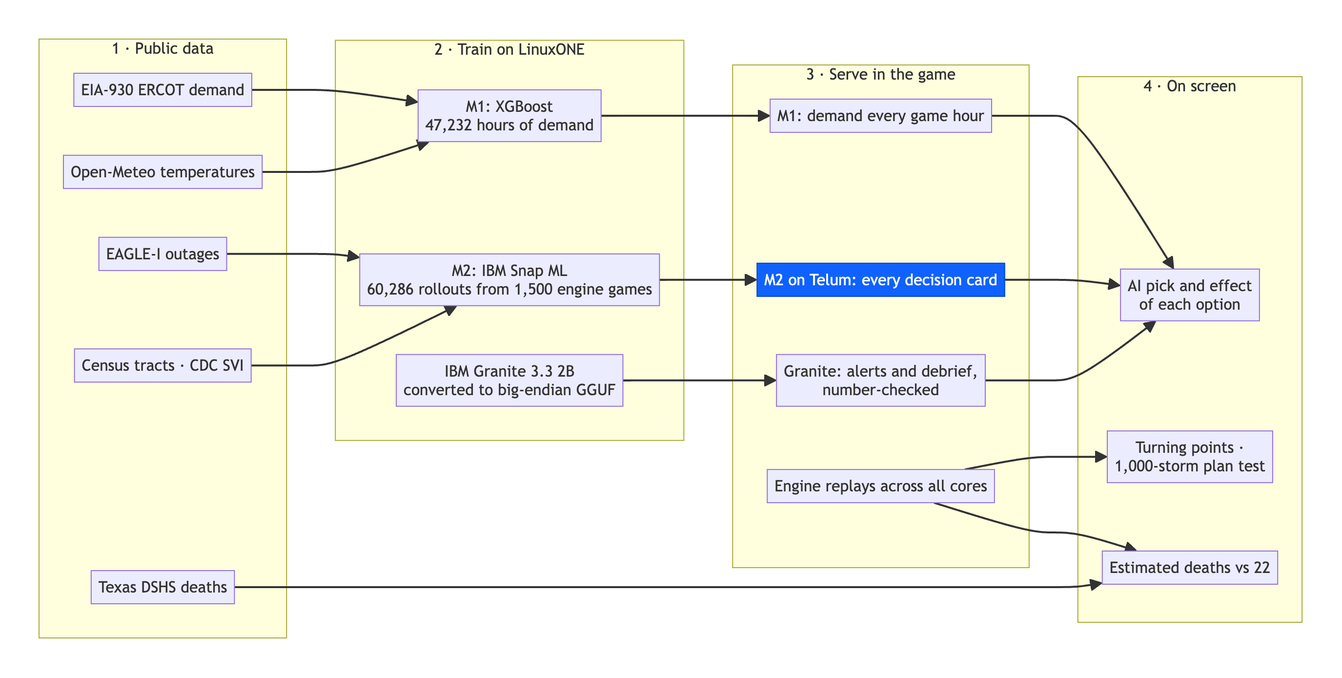
Before: docs/diagrams/data-ai-pipeline.png, a diagram exported from Mermaid (adamFabsa/Control-Room-IBM-Z). Its source is kept beside it as docs/diagrams/data-ai-pipeline.mmd.
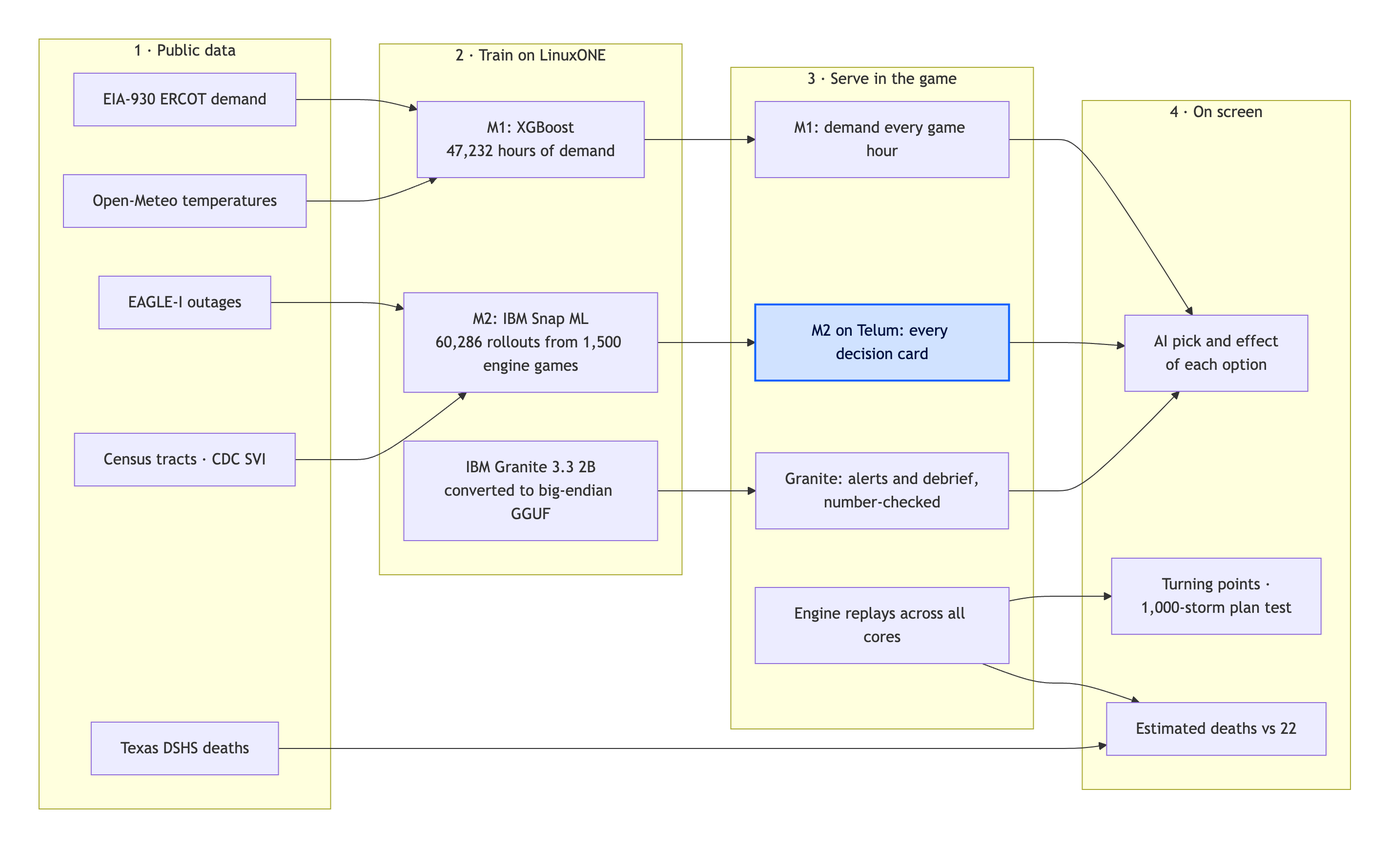
Above is the later version.

Commit message:
Diagrams: readable highlights in both Mermaid looks, the clean look by default

Diff of the diagram source:
```diff
@@ -1,3 +1,8 @@
+---
+config:
+  look: classic
+  theme: default
+---
 flowchart LR
   subgraph S1["1 · Public data"]
     D1["EIA-930 ERCOT demand"]
@@ -36,5 +41,5 @@
   D5 --> O2
   R4 --> O2
 
-  classDef ibm fill:#0f62fe,stroke:#0043ce,color:#ffffff
+  classDef ibm fill:#d0e2ff,stroke:#0f62fe,stroke-width:2px,color:#001141
   class R2 ibm
```
